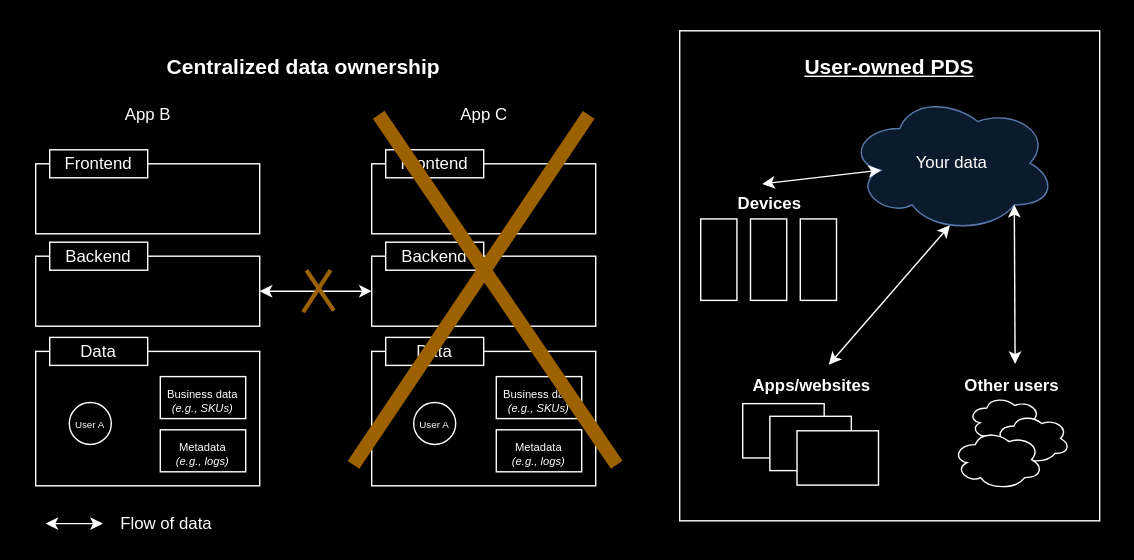
basicdb/basic-docs keeps this draw.io diagram as images/NoDataControl.svg. Above is the earlier version. Source tidied: cells renumbered, new cells last; positions are measured from the earlier drawing's top-left corner, leaving out a move shared by most shapes.
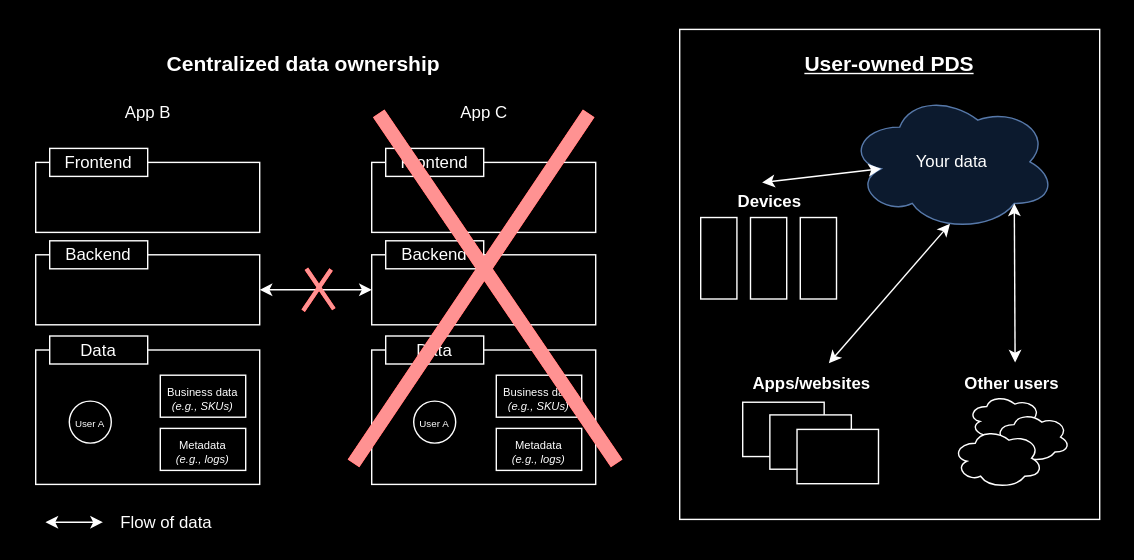
After the commit.

The edit, as a diff of the source:
```diff
@@ -65,13 +65,13 @@
     <mxCell id="22" style="endArrow=classic;startArrow=classic;html=1;rounded=0;exitX=1;exitY=0.5;exitDx=0;exitDy=0;entryX=0;entryY=0.5;entryDx=0;entryDy=0;" parent="1" edge="1" source="5" target="15">
       <mxGeometry relative="1" as="geometry" />
     </mxCell>
-    <mxCell id="23" style="endArrow=none;html=1;rounded=0;strokeWidth=3;fillColor=#ffe6cc;strokeColor=#d79b00;" parent="1" edge="1">
+    <mxCell id="23" style="endArrow=none;html=1;rounded=0;strokeWidth=3;fillColor=#ffe6cc;strokeColor=#FF0000;" parent="1" edge="1">
       <mxGeometry relative="1" as="geometry">
         <mxPoint x="216" y="222.5" as="sourcePoint" />
-        <mxPoint x="235.7" y="192.5" as="targetPoint" />
+        <mxPoint x="236" y="193" as="targetPoint" />
       </mxGeometry>
     </mxCell>
-    <mxCell id="24" style="endArrow=none;html=1;rounded=0;strokeWidth=3;fillColor=#ffe6cc;strokeColor=#d79b00;" parent="1" edge="1">
+    <mxCell id="24" style="endArrow=none;html=1;rounded=0;strokeWidth=3;fillColor=#ffe6cc;strokeColor=#FF0000;" parent="1" edge="1">
       <mxGeometry relative="1" as="geometry">
         <mxPoint x="218.3" y="192.5" as="sourcePoint" />
         <mxPoint x="238" y="221.3" as="targetPoint" />
@@ -101,13 +101,13 @@
     <mxCell id="31" value="Frontend" style="rounded=0;whiteSpace=wrap;html=1;" parent="1" vertex="1">
       <mxGeometry x="275" y="106.5" width="70" height="20" as="geometry" />
     </mxCell>
-    <mxCell id="32" style="endArrow=none;html=1;rounded=0;strokeWidth=10;fillColor=#ffe6cc;strokeColor=#d79b00;" parent="1" edge="1">
+    <mxCell id="32" style="endArrow=none;html=1;rounded=0;strokeWidth=10;fillColor=#ffe6cc;strokeColor=#FF0000;" parent="1" edge="1">
       <mxGeometry relative="1" as="geometry">
         <mxPoint x="270" y="81.5" as="sourcePoint" />
         <mxPoint x="440" y="331.5" as="targetPoint" />
       </mxGeometry>
     </mxCell>
-    <mxCell id="33" style="endArrow=none;html=1;rounded=0;strokeWidth=10;fillColor=#ffe6cc;strokeColor=#d79b00;" parent="1" edge="1">
+    <mxCell id="33" style="endArrow=none;html=1;rounded=0;strokeWidth=10;fillColor=#ffe6cc;strokeColor=#FF0000;" parent="1" edge="1">
       <mxGeometry relative="1" as="geometry">
         <mxPoint x="252" y="331.5" as="sourcePoint" />
         <mxPoint x="420" y="81.5" as="targetPoint" />
```
